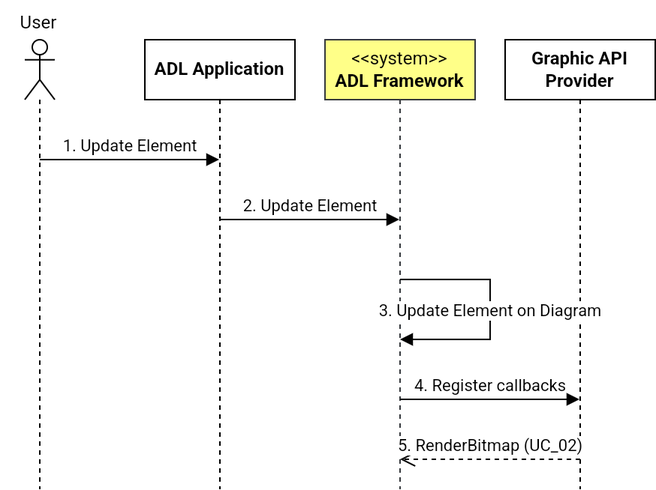
Before: img/UpdateElement.drawio.png, a diagram exported from draw.io (phunm211/SW-Associate-Architecture). Source tidied: cells renumbered, new cells last; positions are measured from the earlier drawing's top-left corner, leaving out a move shared by most shapes.
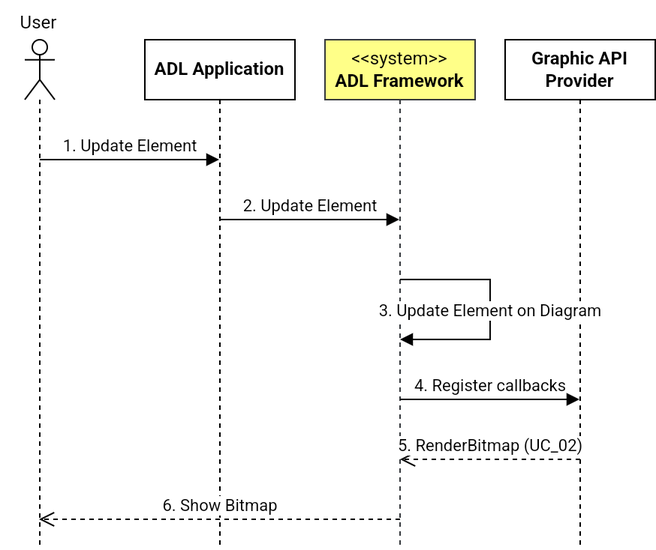
After the commit.

What changed in the source:
```diff
@@ -3,16 +3,16 @@
     <mxCell id="0" />
     <mxCell id="1" parent="0" />
     <mxCell id="2" style="shape=umlLifeline;perimeter=lifelinePerimeter;whiteSpace=wrap;html=1;outlineConnect=0;portConstraint=eastwest;newEdgeStyle={&quot;curved&quot;:0,&quot;rounded&quot;:0};participant=umlActor;" parent="1" vertex="1">
-      <mxGeometry x="16" y="26" width="20" height="300" as="geometry" />
+      <mxGeometry x="16" y="26" width="20" height="340" as="geometry" />
     </mxCell>
     <mxCell id="3" value="ADL Application" style="shape=umlLifeline;perimeter=lifelinePerimeter;whiteSpace=wrap;html=1;outlineConnect=0;portConstraint=eastwest;newEdgeStyle={&quot;curved&quot;:0,&quot;rounded&quot;:0};fontStyle=1;" parent="1" vertex="1">
-      <mxGeometry x="96" y="26" width="100" height="300" as="geometry" />
+      <mxGeometry x="96" y="26" width="100" height="340" as="geometry" />
     </mxCell>
     <mxCell id="4" value="&amp;lt;&amp;lt;system&amp;gt;&amp;gt;&lt;br&gt;&lt;b&gt;ADL Framework&lt;/b&gt;" style="shape=umlLifeline;perimeter=lifelinePerimeter;whiteSpace=wrap;html=1;outlineConnect=0;portConstraint=eastwest;newEdgeStyle={&quot;curved&quot;:0,&quot;rounded&quot;:0};fillColor=#ffff88;strokeColor=#36393d;" parent="1" vertex="1">
-      <mxGeometry x="216" y="26" width="100" height="300" as="geometry" />
+      <mxGeometry x="216" y="26" width="100" height="340" as="geometry" />
     </mxCell>
     <mxCell id="5" value="&lt;b&gt;Graphic API Provider&lt;/b&gt;" style="shape=umlLifeline;perimeter=lifelinePerimeter;whiteSpace=wrap;html=1;outlineConnect=0;portConstraint=eastwest;newEdgeStyle={&quot;curved&quot;:0,&quot;rounded&quot;:0};" parent="1" vertex="1">
-      <mxGeometry x="336" y="26" width="100" height="300" as="geometry" />
+      <mxGeometry x="336" y="26" width="100" height="340" as="geometry" />
     </mxCell>
     <mxCell id="6" value="User" style="text;html=1;align=center;verticalAlign=middle;strokeColor=none;fillColor=none;" parent="1" vertex="1">
       <mxGeometry width="50" height="30" as="geometry" />
@@ -47,5 +47,10 @@
         <mxPoint x="266" y="306" as="targetPoint" />
       </mxGeometry>
     </mxCell>
+    <mxCell id="12" value="6. Show Bitmap" style="html=1;verticalAlign=bottom;endArrow=open;dashed=1;endSize=8;curved=0;rounded=0;" parent="1" edge="1" target="2">
+      <mxGeometry relative="1" as="geometry">
+        <mxPoint x="266" y="346" as="sourcePoint" />
+      </mxGeometry>
+    </mxCell>
   </root>
 </mxGraphModel>
```
